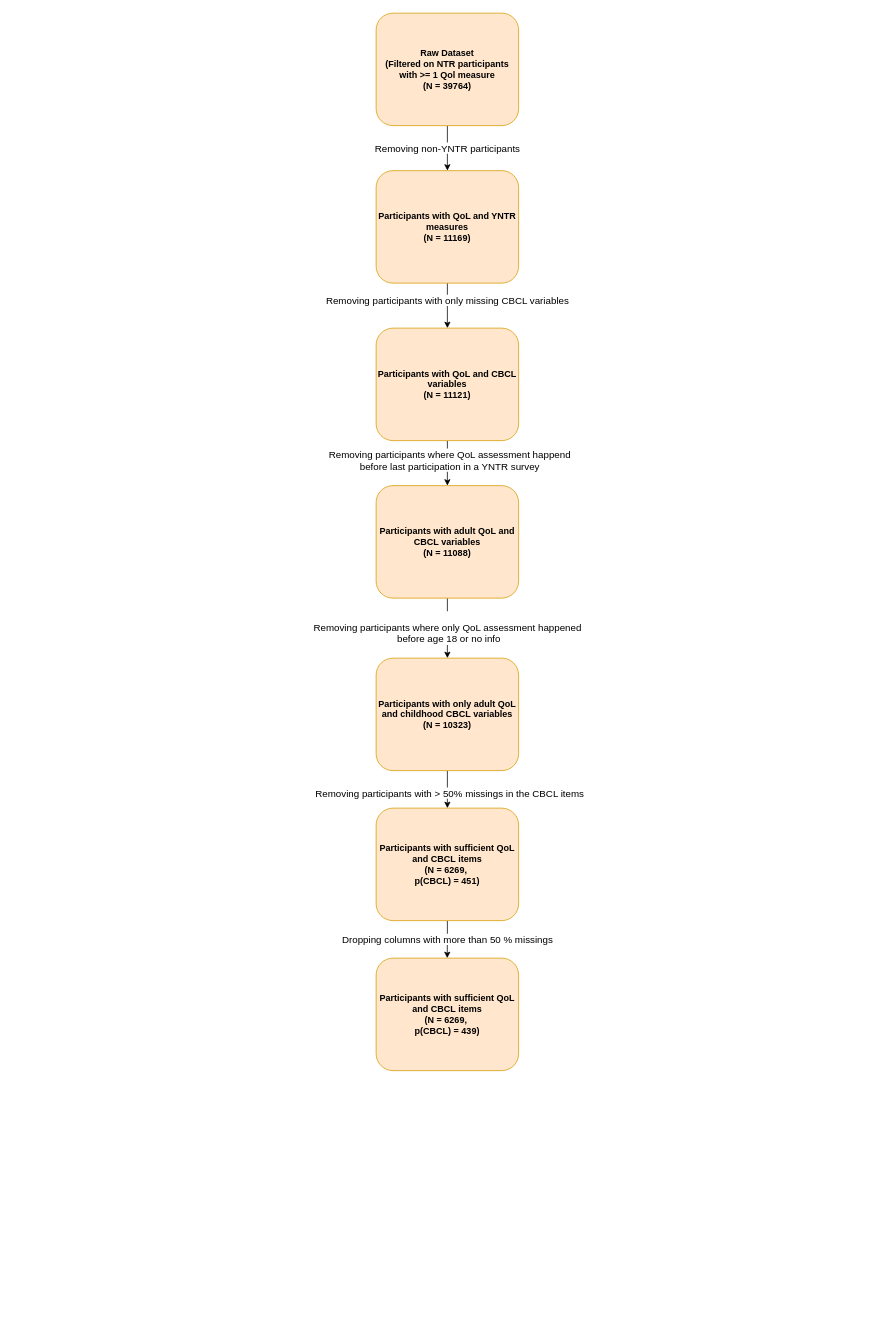
The draw.io diagram doc/Flowchart_N_subjects.drawio in RDaveML/ML_WB_longitudinal_CBCL_PGS_LGM, before the edit. Source tidied: cells renumbered, new cells numbered last; positions are measured from the earlier drawing's top-left corner, leaving out a move shared by most shapes. Both pictures are drawn from the tidied source at 75%, with x=0, y=0 at pixel (376, 13).
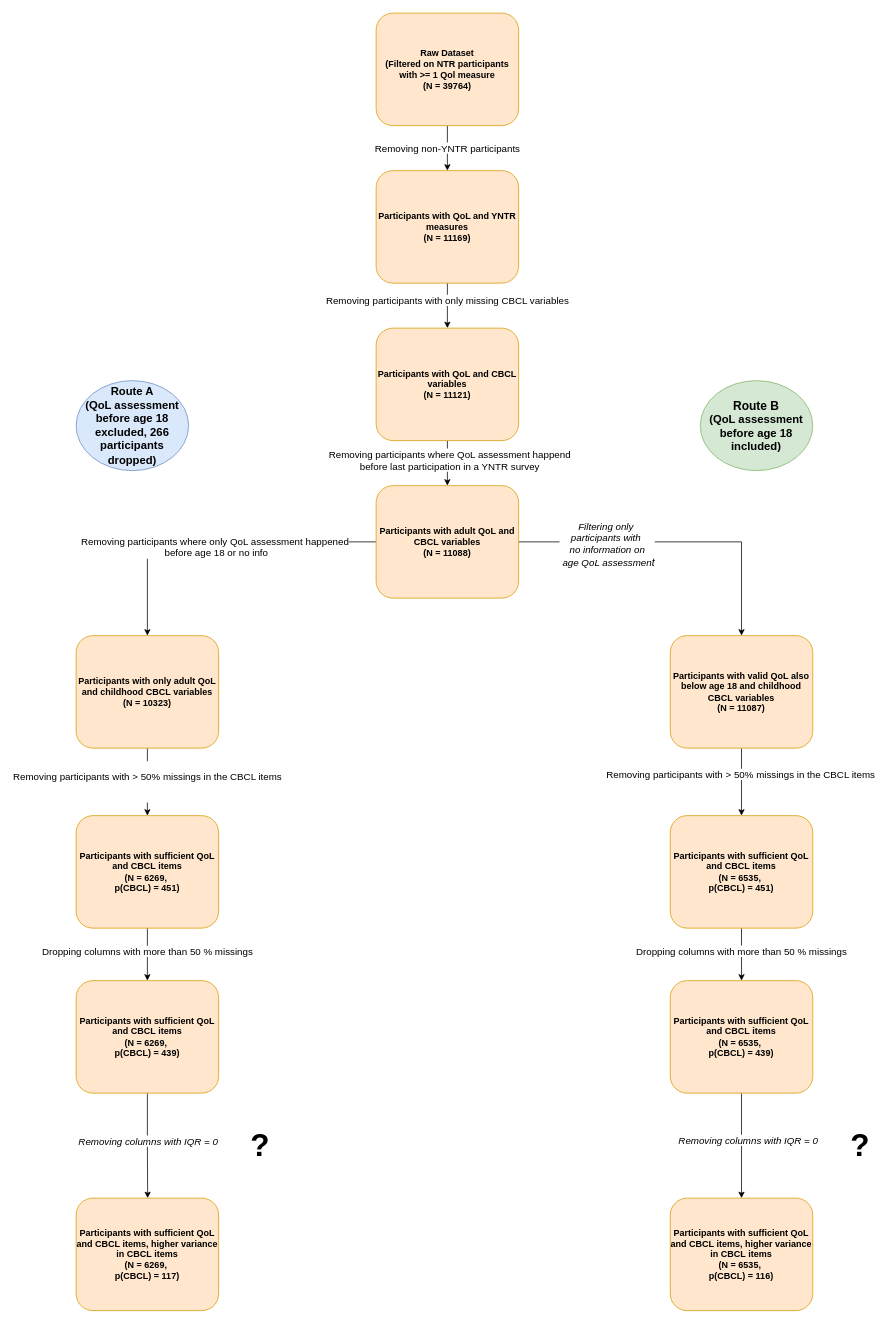
The same diagram, later.

Commit message (it also covers changes not shown here):
cleaning CBCL data finished, train test split created, LGM initialized

Unchanged cells that the change refers to:
```xml
<mxCell id="14" value="&lt;b&gt;Participants with adult QoL and CBCL variables&lt;/b&gt;&lt;div&gt;&lt;b&gt;(N = 11088)&lt;/b&gt;&lt;/div&gt;" style="rounded=1;whiteSpace=wrap;html=1;fillColor=#ffe6cc;strokeColor=#d79b00;" parent="1" vertex="1">
  <mxGeometry y="630" width="190" height="150" as="geometry" />
</mxCell>
```

The edit, as a diff of the source:
```diff
@@
-    <mxCell id="11" value="&lt;font style=&quot;font-size: 13px;&quot;&gt;Dropping columns with more than 50 % missings&lt;/font&gt;" style="edgeStyle=orthogonalEdgeStyle;rounded=0;jettySize=auto;html=1;exitX=0.5;exitY=1;exitDx=0;exitDy=0;" parent="1" edge="1" source="12">
-      <mxGeometry relative="1" as="geometry">
-        <mxPoint x="94.8" y="1260" as="targetPoint" />
+    <mxCell id="11" value="&lt;font style=&quot;font-size: 13px;&quot;&gt;Dropping columns with more than 50 % missings&lt;/font&gt;" style="edgeStyle=orthogonalEdgeStyle;rounded=0;jettySize=auto;html=1;exitX=0.5;exitY=1;exitDx=0;exitDy=0;entryX=0.5;entryY=0;entryDx=0;entryDy=0;" parent="1" edge="1" source="12" target="18">
+      <mxGeometry x="-0.14" relative="1" as="geometry">
+        <mxPoint y="1" as="offset" />
       </mxGeometry>
     </mxCell>
     <mxCell id="12" value="&lt;b&gt;Participants with sufficient QoL and CBCL items&lt;/b&gt;&lt;div&gt;&lt;b&gt;(N = 6269,&amp;nbsp;&lt;/b&gt;&lt;/div&gt;&lt;div&gt;&lt;b&gt;p(CBCL) = 451)&lt;/b&gt;&lt;/div&gt;" style="rounded=1;whiteSpace=wrap;html=1;fillColor=#ffe6cc;strokeColor=#d79b00;" parent="1" vertex="1">
-      <mxGeometry y="1060" width="190" height="150" as="geometry" />
+      <mxGeometry x="-400" y="1070" width="190" height="150" as="geometry" />
     </mxCell>
@@
+    <mxCell id="19" style="edgeStyle=orthogonalEdgeStyle;rounded=0;jettySize=auto;html=1;exitX=1;exitY=0.5;exitDx=0;exitDy=0;entryX=0.5;entryY=0;entryDx=0;entryDy=0;" parent="1" edge="1" source="14" target="27">
+      <mxGeometry relative="1" as="geometry" />
+    </mxCell>
+    <mxCell id="20" value="&lt;i style=&quot;font-size: 13px;&quot;&gt;&lt;font style=&quot;font-size: 13px;&quot;&gt;Filtering only&amp;nbsp;&lt;/font&gt;&lt;/i&gt;&lt;div style=&quot;font-size: 13px;&quot;&gt;&lt;i style=&quot;&quot;&gt;&lt;font style=&quot;font-size: 13px;&quot;&gt;participants with&amp;nbsp;&lt;/font&gt;&lt;/i&gt;&lt;div style=&quot;&quot;&gt;&lt;i&gt;&lt;font style=&quot;font-size: 13px;&quot;&gt;no information on&lt;/font&gt;&lt;/i&gt;&lt;/div&gt;&lt;div style=&quot;&quot;&gt;&lt;i style=&quot;&quot;&gt;&lt;font style=&quot;font-size: 13px;&quot;&gt;&amp;nbsp;age QoL assessmen&lt;/font&gt;&lt;font style=&quot;font-size: 14px;&quot;&gt;t&lt;/font&gt;&lt;/i&gt;&lt;/div&gt;&lt;/div&gt;" style="edgeLabel;html=1;align=center;verticalAlign=middle;" parent="19" vertex="1">
+      <mxGeometry x="-0.44" y="-2" relative="1" as="geometry">
+        <mxPoint x="-1" as="offset" />
+      </mxGeometry>
+    </mxCell>
@@
-    <mxCell id="15" style="edgeStyle=orthogonalEdgeStyle;rounded=0;jettySize=auto;html=1;exitX=0.5;exitY=1;exitDx=0;exitDy=0;entryX=0.5;entryY=0;entryDx=0;entryDy=0;" parent="1" edge="1" source="17" target="12">
+    <mxCell id="15" value="&#10;&lt;span style=&quot;color: rgb(0, 0, 0); font-family: Helvetica; font-size: 13px; font-style: normal; font-variant-ligatures: normal; font-variant-caps: normal; font-weight: 400; letter-spacing: normal; orphans: 2; text-align: center; text-indent: 0px; text-transform: none; widows: 2; word-spacing: 0px; -webkit-text-stroke-width: 0px; white-space: nowrap; background-color: rgb(255, 255, 255); text-decoration-thickness: initial; text-decoration-style: initial; text-decoration-color: initial; display: inline !important; float: none;&quot;&gt;Removing participants with &amp;gt; 50% missings in the CBCL items&lt;/span&gt;&#10;&#10;" style="edgeStyle=orthogonalEdgeStyle;rounded=0;jettySize=auto;html=1;exitX=0.5;exitY=1;exitDx=0;exitDy=0;entryX=0.5;entryY=0;entryDx=0;entryDy=0;" parent="1" edge="1" source="17" target="12">
       <mxGeometry relative="1" as="geometry" />
     </mxCell>
-    <mxCell id="16" value="&lt;font style=&quot;font-size: 13px;&quot;&gt;Removing participants with &amp;gt; 50% missings in the CBCL items&lt;/font&gt;" style="edgeLabel;html=1;align=center;verticalAlign=middle;" parent="15" vertex="1">
-      <mxGeometry x="0.16" y="2" relative="1" as="geometry" />
-    </mxCell>
     <mxCell id="17" value="&lt;b&gt;Participants with only adult QoL and childhood CBCL variables&lt;/b&gt;&lt;div&gt;&lt;b&gt;(N = 10323)&lt;/b&gt;&lt;/div&gt;" style="rounded=1;whiteSpace=wrap;html=1;fillColor=#ffe6cc;strokeColor=#d79b00;" parent="1" vertex="1">
-      <mxGeometry y="860" width="190" height="150" as="geometry" />
+      <mxGeometry x="-400" y="830" width="190" height="150" as="geometry" />
     </mxCell>
+    <mxCell id="21" style="edgeStyle=orthogonalEdgeStyle;rounded=0;jettySize=auto;html=1;exitX=0.5;exitY=1;exitDx=0;exitDy=0;" parent="1" edge="1" source="18">
+      <mxGeometry relative="1" as="geometry">
+        <mxPoint x="-304.6" y="1580" as="targetPoint" />
+      </mxGeometry>
+    </mxCell>
+    <mxCell id="22" value="&lt;i&gt;&lt;font style=&quot;font-size: 13px;&quot;&gt;Removing columns with IQR = 0&lt;/font&gt;&lt;/i&gt;" style="edgeLabel;html=1;align=center;verticalAlign=middle;" parent="21" vertex="1">
+      <mxGeometry x="-0.11" relative="1" as="geometry" />
+    </mxCell>
     <mxCell id="18" value="&lt;b&gt;Participants with sufficient QoL and CBCL items&lt;/b&gt;&lt;div&gt;&lt;b&gt;(N = 6269,&amp;nbsp;&lt;/b&gt;&lt;/div&gt;&lt;div&gt;&lt;b&gt;p(CBCL) = 439)&lt;/b&gt;&lt;/div&gt;" style="rounded=1;whiteSpace=wrap;html=1;fillColor=#ffe6cc;strokeColor=#d79b00;" parent="1" vertex="1">
-      <mxGeometry y="1260" width="190" height="150" as="geometry" />
+      <mxGeometry x="-400" y="1290" width="190" height="150" as="geometry" />
     </mxCell>
+    <mxCell id="23" value="&lt;b style=&quot;font-size: 15px;&quot;&gt;&lt;font style=&quot;font-size: 15px;&quot;&gt;Route A&lt;/font&gt;&lt;/b&gt;&lt;div style=&quot;font-size: 15px;&quot;&gt;&lt;b&gt;&lt;font style=&quot;font-size: 15px;&quot;&gt;(QoL assessment before age 18 excluded, 266 participants dropped)&lt;/font&gt;&lt;/b&gt;&lt;b&gt;&lt;font style=&quot;font-size: 16px;&quot;&gt;&lt;br&gt;&lt;/font&gt;&lt;/b&gt;&lt;/div&gt;" style="ellipse;whiteSpace=wrap;html=1;fillColor=#dae8fc;strokeColor=#6c8ebf;" parent="1" vertex="1">
+      <mxGeometry x="-400" y="490" width="150" height="120" as="geometry" />
+    </mxCell>
+    <mxCell id="24" value="&lt;b&gt;&lt;font style=&quot;font-size: 16px;&quot;&gt;Route B&lt;/font&gt;&lt;/b&gt;&lt;div&gt;&lt;b&gt;&lt;font style=&quot;font-size: 15px;&quot;&gt;(QoL assessment before age 18 included)&lt;/font&gt;&lt;/b&gt;&lt;/div&gt;" style="ellipse;whiteSpace=wrap;html=1;fillColor=#d5e8d4;strokeColor=#82b366;" parent="1" vertex="1">
+      <mxGeometry x="432.2" y="490" width="150" height="120" as="geometry" />
+    </mxCell>
+    <mxCell id="25" style="edgeStyle=orthogonalEdgeStyle;rounded=0;jettySize=auto;html=1;exitX=0.5;exitY=1;exitDx=0;exitDy=0;entryX=0.5;entryY=0;entryDx=0;entryDy=0;" parent="1" edge="1" source="27" target="29">
+      <mxGeometry relative="1" as="geometry" />
+    </mxCell>
+    <mxCell id="26" value="&lt;span style=&quot;font-size: 13px;&quot;&gt;Removing participants with &amp;gt; 50% missings in the CBCL items&lt;/span&gt;" style="edgeLabel;html=1;align=center;verticalAlign=middle;" parent="25" vertex="1">
+      <mxGeometry x="-0.24" y="-2" relative="1" as="geometry" />
+    </mxCell>
+    <mxCell id="27" value="&lt;b&gt;Participants with valid QoL also below age 18 and childhood CBCL variables&lt;/b&gt;&lt;div&gt;&lt;b&gt;(N = 11087)&lt;/b&gt;&lt;/div&gt;" style="rounded=1;whiteSpace=wrap;html=1;fillColor=#ffe6cc;strokeColor=#d79b00;" parent="1" vertex="1">
+      <mxGeometry x="392.2" y="830" width="190" height="150" as="geometry" />
+    </mxCell>
+    <mxCell id="28" value="&lt;span style=&quot;color: rgb(0, 0, 0); font-family: Helvetica; font-size: 13px; font-style: normal; font-variant-ligatures: normal; font-variant-caps: normal; font-weight: 400; letter-spacing: normal; orphans: 2; text-align: center; text-indent: 0px; text-transform: none; widows: 2; word-spacing: 0px; -webkit-text-stroke-width: 0px; white-space: nowrap; background-color: rgb(255, 255, 255); text-decoration-thickness: initial; text-decoration-style: initial; text-decoration-color: initial; display: inline !important; float: none;&quot;&gt;Dropping columns with more than 50 % missings&lt;/span&gt;" style="edgeStyle=orthogonalEdgeStyle;rounded=0;jettySize=auto;html=1;exitX=0.5;exitY=1;exitDx=0;exitDy=0;entryX=0.5;entryY=0;entryDx=0;entryDy=0;" parent="1" edge="1" source="29" target="31">
+      <mxGeometry x="-0.14" relative="1" as="geometry">
+        <mxPoint y="1" as="offset" />
+      </mxGeometry>
+    </mxCell>
+    <mxCell id="29" value="&lt;b&gt;Participants with sufficient QoL and CBCL items&lt;/b&gt;&lt;div&gt;&lt;b&gt;(N = 6535,&amp;nbsp;&lt;/b&gt;&lt;/div&gt;&lt;div&gt;&lt;b&gt;p(CBCL) = 451)&lt;/b&gt;&lt;/div&gt;" style="rounded=1;whiteSpace=wrap;html=1;fillColor=#ffe6cc;strokeColor=#d79b00;" parent="1" vertex="1">
+      <mxGeometry x="392.2" y="1070" width="190" height="150" as="geometry" />
+    </mxCell>
+    <mxCell id="30" style="edgeStyle=orthogonalEdgeStyle;rounded=0;jettySize=auto;html=1;exitX=0.5;exitY=1;exitDx=0;exitDy=0;" parent="1" edge="1" source="31" target="36">
+      <mxGeometry relative="1" as="geometry" />
+    </mxCell>
+    <mxCell id="31" value="&lt;b&gt;Participants with sufficient QoL and CBCL items&lt;/b&gt;&lt;div&gt;&lt;b&gt;(N = 6535,&amp;nbsp;&lt;/b&gt;&lt;/div&gt;&lt;div&gt;&lt;b&gt;p(CBCL) = 439)&lt;/b&gt;&lt;/div&gt;" style="rounded=1;whiteSpace=wrap;html=1;fillColor=#ffe6cc;strokeColor=#d79b00;" parent="1" vertex="1">
+      <mxGeometry x="392.2" y="1290" width="190" height="150" as="geometry" />
+    </mxCell>
+    <mxCell id="32" value="&lt;b&gt;&lt;font style=&quot;font-size: 42px;&quot;&gt;?&lt;/font&gt;&lt;/b&gt;" style="text;html=1;align=center;verticalAlign=middle;strokeColor=none;fillColor=none;" parent="1" vertex="1">
+      <mxGeometry x="-180" y="1480" width="50" height="60" as="geometry" />
+    </mxCell>
+    <mxCell id="33" value="&lt;b&gt;Participants with sufficient QoL and CBCL items, higher variance in CBCL items&lt;/b&gt;&lt;div&gt;&lt;b&gt;(N = 6269,&amp;nbsp;&lt;/b&gt;&lt;/div&gt;&lt;div&gt;&lt;b&gt;p(CBCL) = 117)&lt;/b&gt;&lt;/div&gt;" style="rounded=1;whiteSpace=wrap;html=1;fillColor=#ffe6cc;strokeColor=#d79b00;" parent="1" vertex="1">
+      <mxGeometry x="-400" y="1580" width="190" height="150" as="geometry" />
+    </mxCell>
+    <mxCell id="34" value="&lt;i&gt;&lt;font style=&quot;font-size: 13px;&quot;&gt;Removing columns with IQR = 0&lt;/font&gt;&lt;/i&gt;" style="edgeLabel;html=1;align=center;verticalAlign=middle;" parent="1" vertex="1">
+      <mxGeometry x="495" y="1502.4" as="geometry" />
+    </mxCell>
+    <mxCell id="35" value="&lt;b&gt;&lt;font style=&quot;font-size: 42px;&quot;&gt;?&lt;/font&gt;&lt;/b&gt;" style="text;html=1;align=center;verticalAlign=middle;strokeColor=none;fillColor=none;" parent="1" vertex="1">
+      <mxGeometry x="620" y="1480" width="50" height="60" as="geometry" />
+    </mxCell>
+    <mxCell id="36" value="&lt;b&gt;Participants with sufficient QoL and CBCL items, higher variance in CBCL items&lt;/b&gt;&lt;div&gt;&lt;b&gt;(N = 6535,&amp;nbsp;&lt;/b&gt;&lt;/div&gt;&lt;div&gt;&lt;b&gt;p(CBCL) = 116)&lt;/b&gt;&lt;/div&gt;" style="rounded=1;whiteSpace=wrap;html=1;fillColor=#ffe6cc;strokeColor=#d79b00;" parent="1" vertex="1">
+      <mxGeometry x="392.2" y="1580" width="190" height="150" as="geometry" />
+    </mxCell>
```
